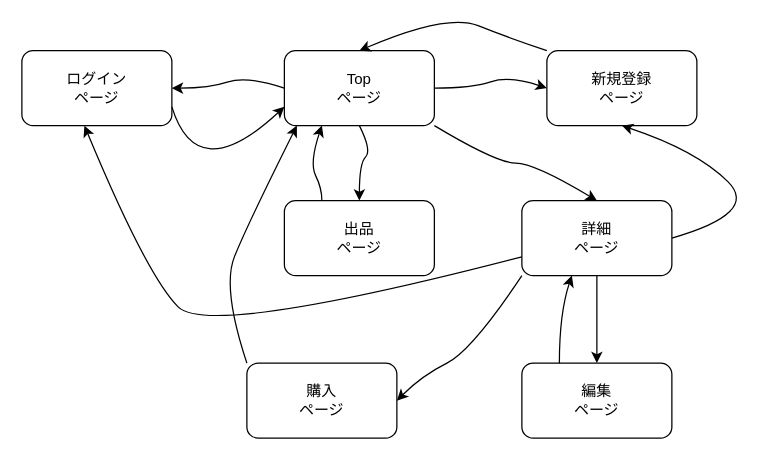
Earlier version of the draw.io diagram Transition.dio (kenichi-inoue/original-36367). Source tidied: cells renumbered, new cells numbered last; positions are measured from the earlier drawing's top-left corner, leaving out a move shared by most shapes. Both pictures are drawn from the tidied source at 125%, with x=0, y=0 at pixel (21, 12).
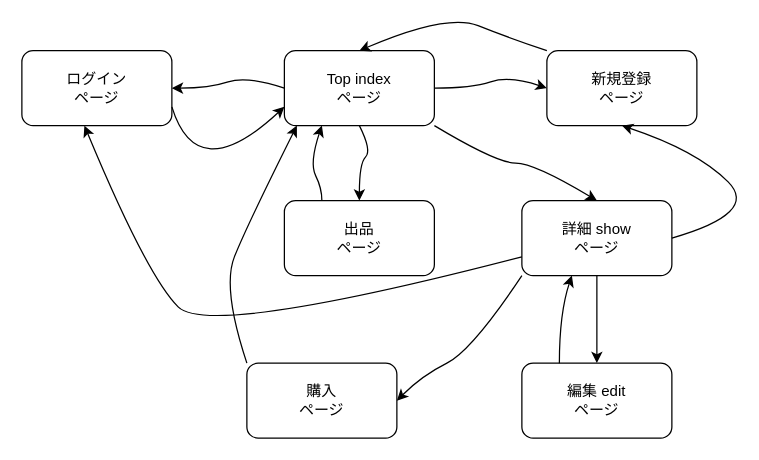
After the change.

Change to the diagram source:
```diff
@@
-    <mxCell id="2" value="Top&lt;br&gt;ページ" style="rounded=1;whiteSpace=wrap;html=1;" parent="1" vertex="1">
+    <mxCell id="2" value="Top index&lt;br&gt;ページ" style="rounded=1;whiteSpace=wrap;html=1;" parent="1" vertex="1">
       <mxGeometry x="210" y="30" width="120" height="60" as="geometry" />
     </mxCell>
@@
-    <mxCell id="9" value="詳細&lt;br&gt;ページ" style="rounded=1;whiteSpace=wrap;html=1;" parent="1" vertex="1">
+    <mxCell id="9" value="詳細 show&lt;br&gt;ページ" style="rounded=1;whiteSpace=wrap;html=1;" parent="1" vertex="1">
       <mxGeometry x="400" y="150" width="120" height="60" as="geometry" />
     </mxCell>
@@
-    <mxCell id="16" value="編集&lt;br&gt;ページ" style="rounded=1;whiteSpace=wrap;html=1;" parent="1" vertex="1">
+    <mxCell id="16" value="編集 edit&lt;br&gt;ページ" style="rounded=1;whiteSpace=wrap;html=1;" parent="1" vertex="1">
       <mxGeometry x="400" y="280" width="120" height="60" as="geometry" />
     </mxCell>
```
